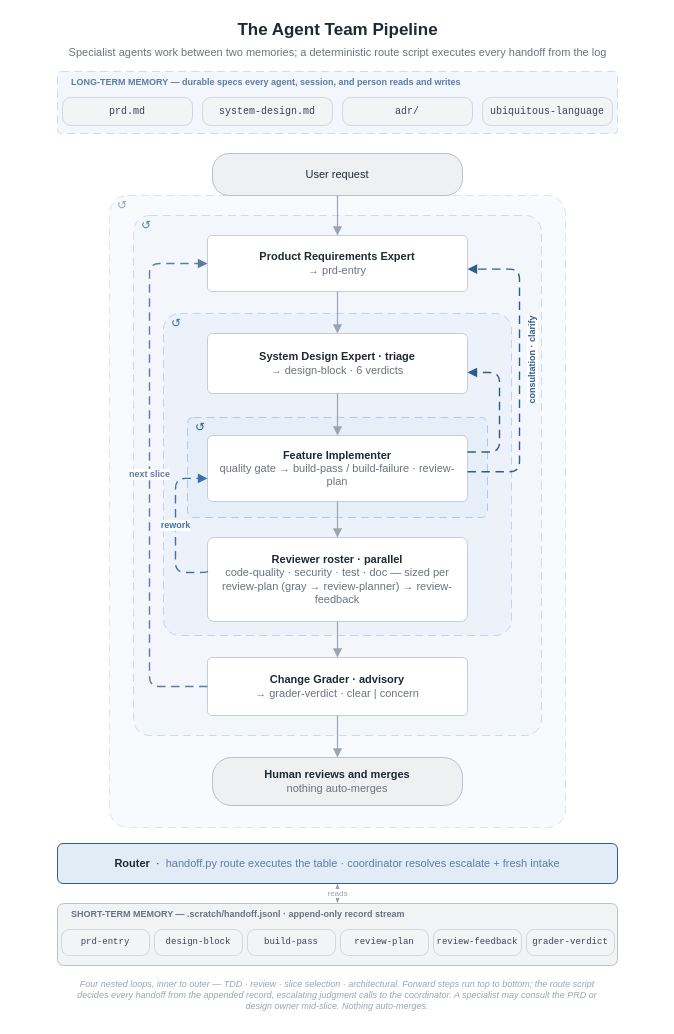
woditschka/agentic-coding-reference keeps this draw.io diagram as docs/images/pipeline-flow.drawio. Above is the earlier version. Source tidied: cells renumbered, new cells numbered last; positions are measured from the earlier drawing's top-left corner, leaving out a move shared by most shapes. Both pictures are drawn from the tidied source at 100%, with x=0, y=0 at pixel (17, 17).
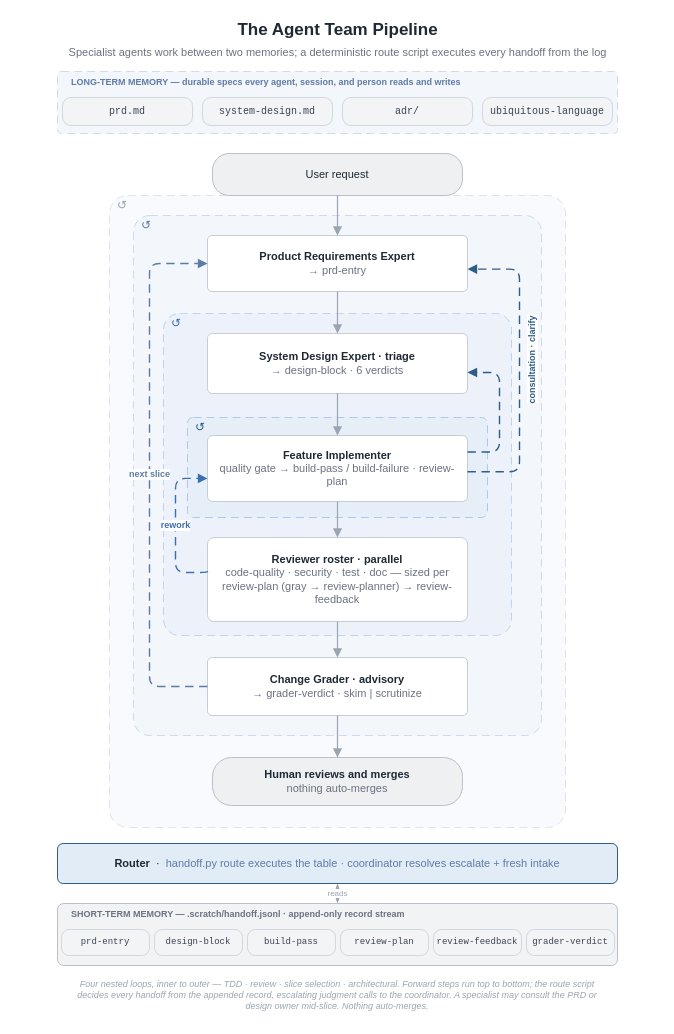
After the change.

Diff of the diagram source:
```diff
@@
-    <mxCell id="22" value="&lt;b&gt;Change Grader · advisory&lt;/b&gt;&lt;br&gt;&lt;font color=&quot;#6B7280&quot;&gt;→ grader-verdict · clear | concern&lt;/font&gt;" style="rounded=1;arcSize=8;whiteSpace=wrap;html=1;fillColor=#FFFFFF;strokeColor=#C7CDD6;fontSize=11;fontColor=#1F2933;verticalAlign=middle;spacingLeft=8;spacingRight=8;" parent="1" vertex="1">
+    <mxCell id="22" value="&lt;b&gt;Change Grader · advisory&lt;/b&gt;&lt;br&gt;&lt;font color=&quot;#6B7280&quot;&gt;→ grader-verdict · skim | scrutinize&lt;/font&gt;" style="rounded=1;arcSize=8;whiteSpace=wrap;html=1;fillColor=#FFFFFF;strokeColor=#C7CDD6;fontSize=11;fontColor=#1F2933;verticalAlign=middle;spacingLeft=8;spacingRight=8;" parent="1" vertex="1">
       <mxGeometry x="190" y="640" width="260" height="58" as="geometry" />
     </mxCell>
```
